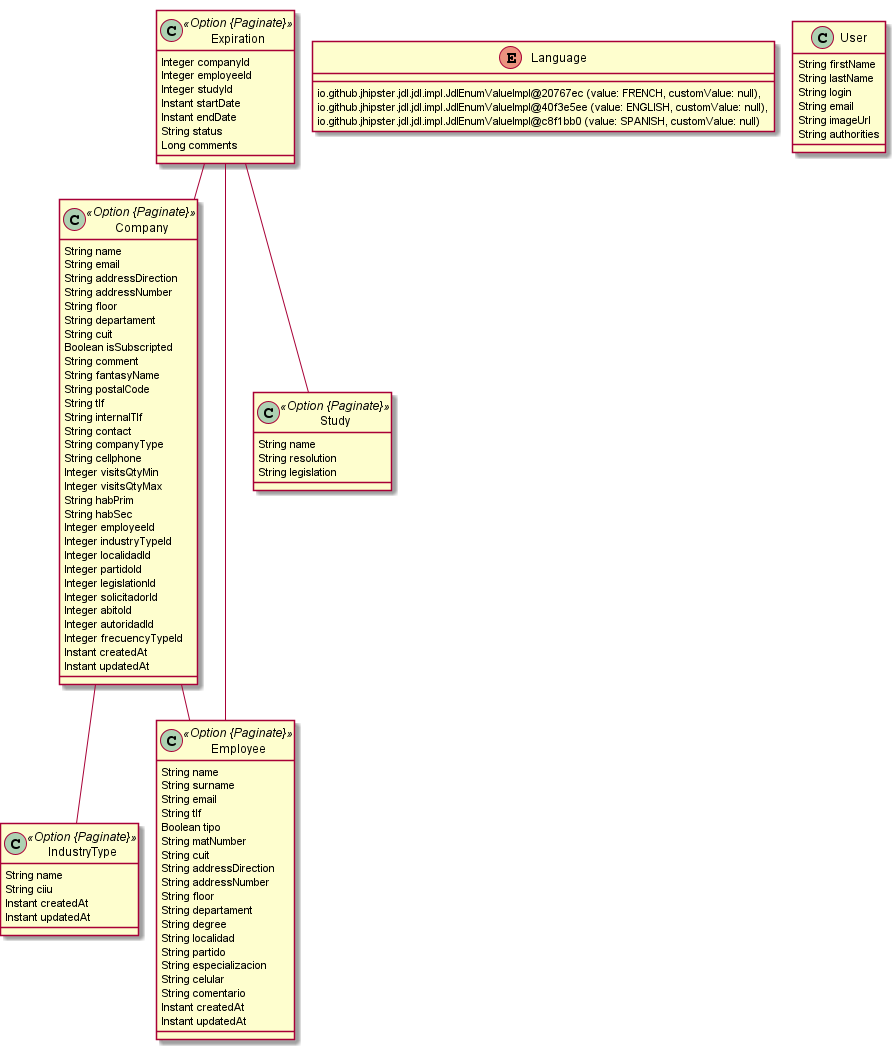
Above: BaseSepa.png in SepaSoporteIt/SEPA_APP_REACT (PlantUML), before the change.
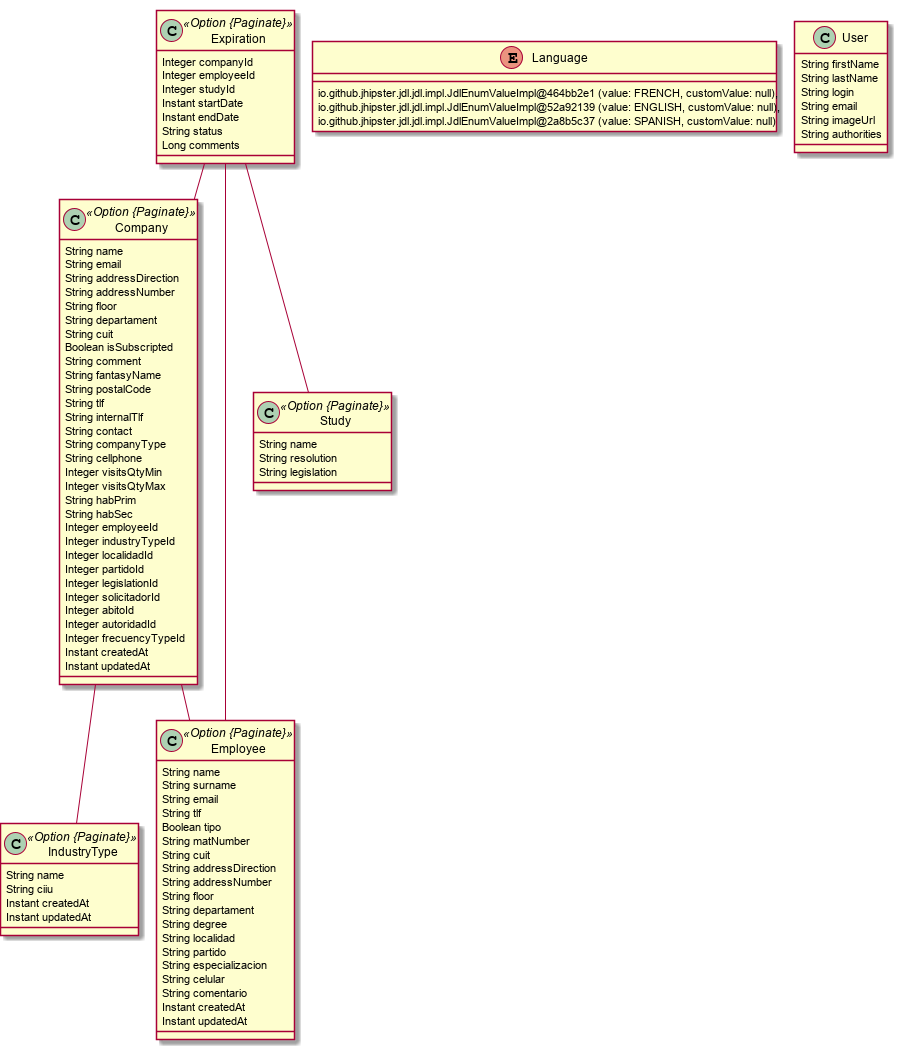
The same diagram one commit later.

Commit message:
added sepa jdl and import of that jdl

Change to the diagram source:
```diff
@@ -76,9 +76,9 @@
 		String legislation
 	}
 	enum Language {
-		io.github.jhipster.jdl.jdl.impl.JdlEnumValueImpl@20767ec (value: FRENCH, customValue: null),
-		io.github.jhipster.jdl.jdl.impl.JdlEnumValueImpl@40f3e5ee (value: ENGLISH, customValue: null),
-		io.github.jhipster.jdl.jdl.impl.JdlEnumValueImpl@c8f1bb0 (value: SPANISH, customValue: null)
+		io.github.jhipster.jdl.jdl.impl.JdlEnumValueImpl@464bb2e1 (value: FRENCH, customValue: null),
+		io.github.jhipster.jdl.jdl.impl.JdlEnumValueImpl@52a92139 (value: ENGLISH, customValue: null),
+		io.github.jhipster.jdl.jdl.impl.JdlEnumValueImpl@2a8b5c37 (value: SPANISH, customValue: null)
 	}
 	Company  "employee 0..1 " -- "0..1 "  Employee
 	Company  "industryTipe 0..1 " -- "0..1 "  IndustryType
```
